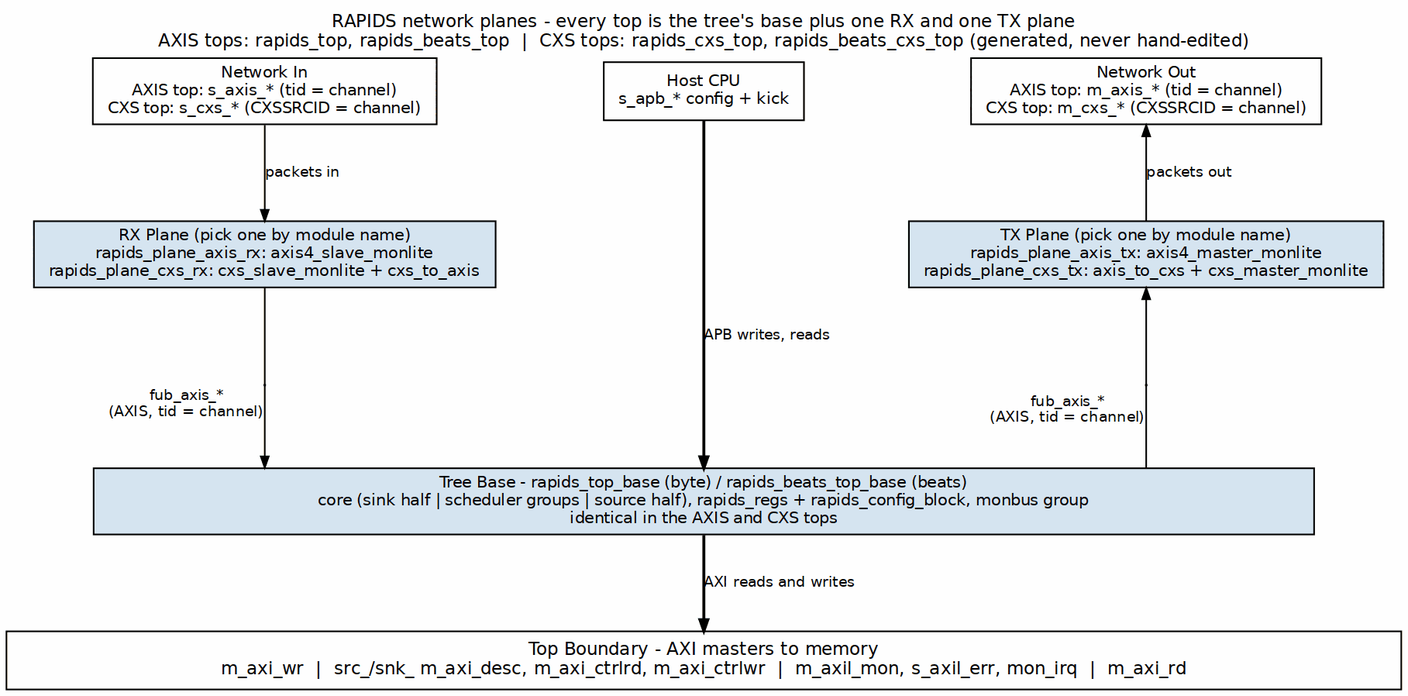
Before: projects/components/dma-ip/rapids/docs/rapids_beats_has/assets/graphviz/ch03_network_planes.png, a diagram exported from Graphviz (sean-galloway/RTLDesignSherpa). Its source is kept beside it as projects/components/dma-ip/rapids/docs/rapids_beats_has/assets/graphviz/ch03_network_planes.dot.
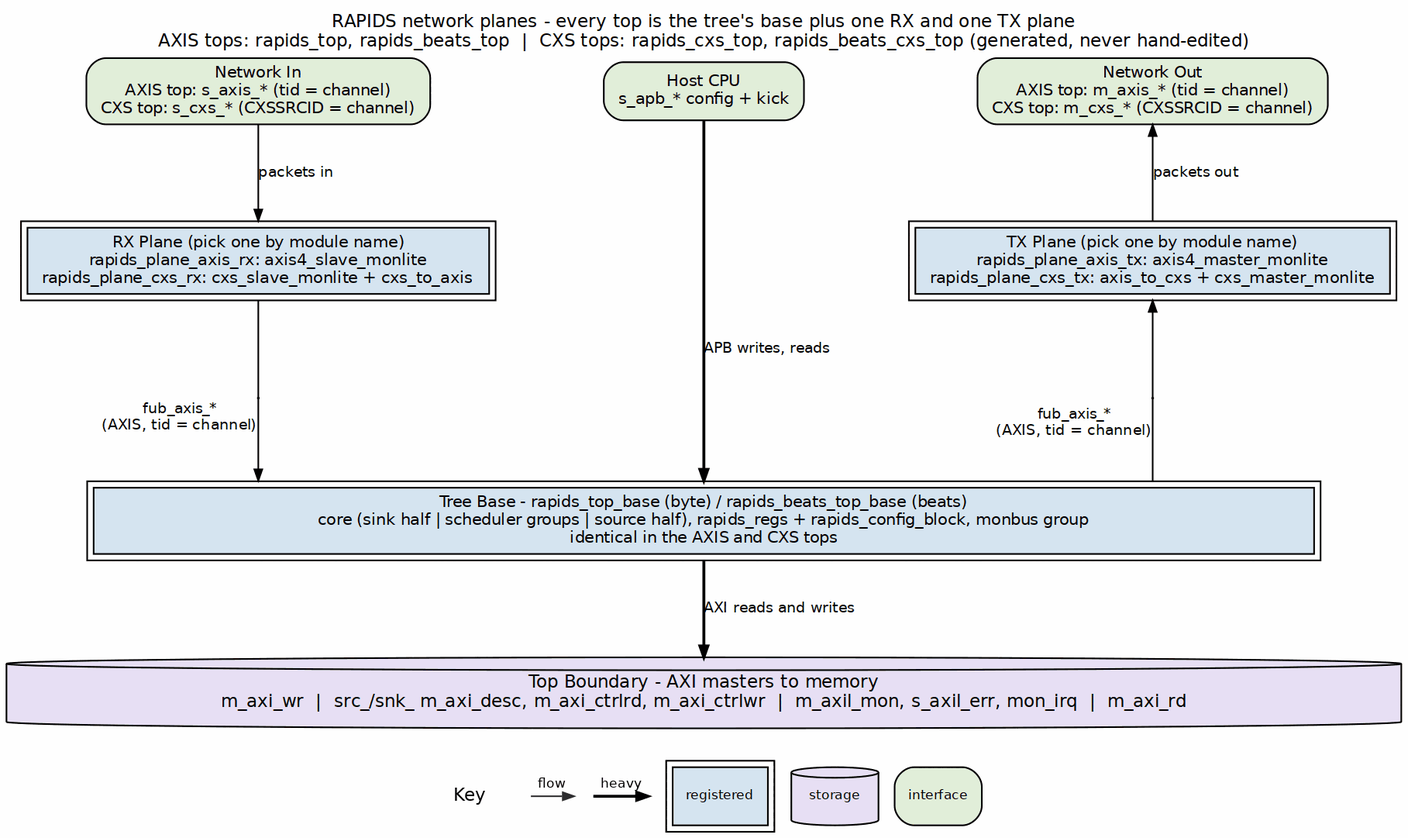
Later version of the same file.

The edit, as a diff of the source:
```diff
@@ -4,20 +4,20 @@
            label="RAPIDS network planes - every top is the tree's base plus one RX and one TX plane\nAXIS tops: rapids_top, rapids_beats_top  |  CXS tops: rapids_cxs_top, rapids_beats_cxs_top (generated, never hand-edited)",
            labelloc=t, labeljust=c];
     node  [fontname="Helvetica", fontsize=10, shape=box, style=filled,
-           fillcolor="#D6E4F0", color="black", margin="0.12,0.06"];
+           fillcolor="white", color="black", margin="0.12,0.06"];
     edge  [fontname="Helvetica", fontsize=9, color="black", arrowsize=0.7];
 
-    net_in  [label="Network In\nAXIS top: s_axis_* (tid = channel)\nCXS top: s_cxs_* (CXSSRCID = channel)", fillcolor="white", group=L];
-    apb     [label="Host CPU\ns_apb_* config + kick", fillcolor="white", group=C];
-    net_out [label="Network Out\nAXIS top: m_axis_* (tid = channel)\nCXS top: m_cxs_* (CXSSRCID = channel)", fillcolor="white", group=R];
+    net_in  [label="Network In\nAXIS top: s_axis_* (tid = channel)\nCXS top: s_cxs_* (CXSSRCID = channel)", fillcolor="white", group=L, style="rounded,filled", fillcolor="#E2EFDA"];
+    apb     [label="Host CPU\ns_apb_* config + kick", fillcolor="white", group=C, style="rounded,filled", fillcolor="#E2EFDA"];
+    net_out [label="Network Out\nAXIS top: m_axis_* (tid = channel)\nCXS top: m_cxs_* (CXSSRCID = channel)", fillcolor="white", group=R, style="rounded,filled", fillcolor="#E2EFDA"];
 
-    rx [label="RX Plane (pick one by module name)\nrapids_plane_axis_rx: axis4_slave_monlite\nrapids_plane_cxs_rx: cxs_slave_monlite + cxs_to_axis", group=L];
-    tx [label="TX Plane (pick one by module name)\nrapids_plane_axis_tx: axis4_master_monlite\nrapids_plane_cxs_tx: axis_to_cxs + cxs_master_monlite", group=R];
+    rx [label="RX Plane (pick one by module name)\nrapids_plane_axis_rx: axis4_slave_monlite\nrapids_plane_cxs_rx: cxs_slave_monlite + cxs_to_axis", group=L, peripheries=2, style="filled", fillcolor="#D6E4F0"];
+    tx [label="TX Plane (pick one by module name)\nrapids_plane_axis_tx: axis4_master_monlite\nrapids_plane_cxs_tx: axis_to_cxs + cxs_master_monlite", group=R, peripheries=2, style="filled", fillcolor="#D6E4F0"];
 
-    base [label="Tree Base - rapids_top_base (byte) / rapids_beats_top_base (beats)\ncore (sink half | scheduler groups | source half), rapids_regs + rapids_config_block, monbus group\nidentical in the AXIS and CXS tops", width=10.5, group=C];
+    base [label="Tree Base - rapids_top_base (byte) / rapids_beats_top_base (beats)\ncore (sink half | scheduler groups | source half), rapids_regs + rapids_config_block, monbus group\nidentical in the AXIS and CXS tops", width=10.5, group=C, peripheries=2, style="filled", fillcolor="#D6E4F0"];
 
     mem [label="Top Boundary - AXI masters to memory\nm_axi_wr  |  src_/snk_ m_axi_desc, m_axi_ctrlrd, m_axi_ctrlwr  |  m_axil_mon, s_axil_err, mon_irq  |  m_axi_rd",
-         fillcolor="white", width=12.0, fontsize=11, group=C];
+         fillcolor="white", width=12.0, fontsize=11, group=C, shape=cylinder, style="filled", fillcolor="#E8DFF5"];
 
     net_in -> rx   [label="packets in"];
     p_rx [shape=point, width=0.01, group=L];
```
